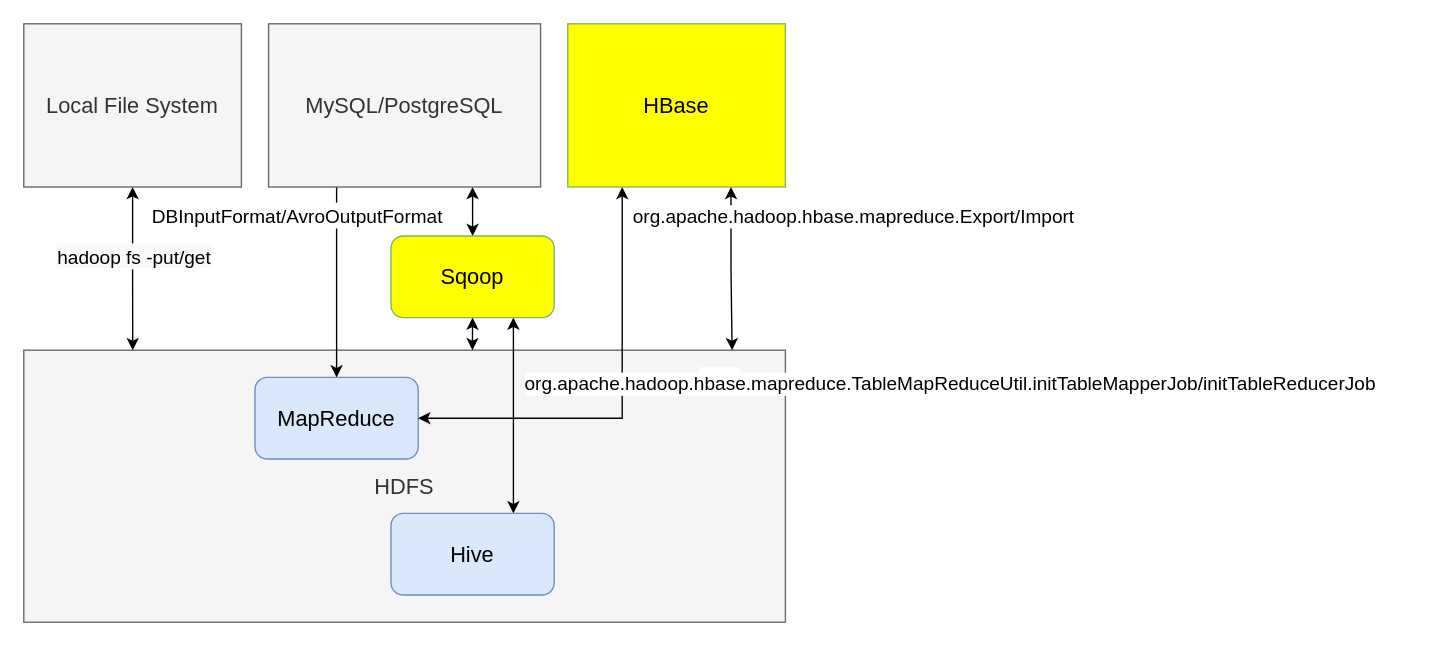
This is infrastructure-hadoop/pix/data_etl.drawio from tintinrevient/micro-service-sharing, a draw.io file, before an edit. Source tidied: cells renumbered, new cells numbered last; positions are measured from the earlier drawing's top-left corner, leaving out a move shared by most shapes. Both pictures are drawn from the tidied source at 136%, with x=0, y=0 at pixel (23, 23).
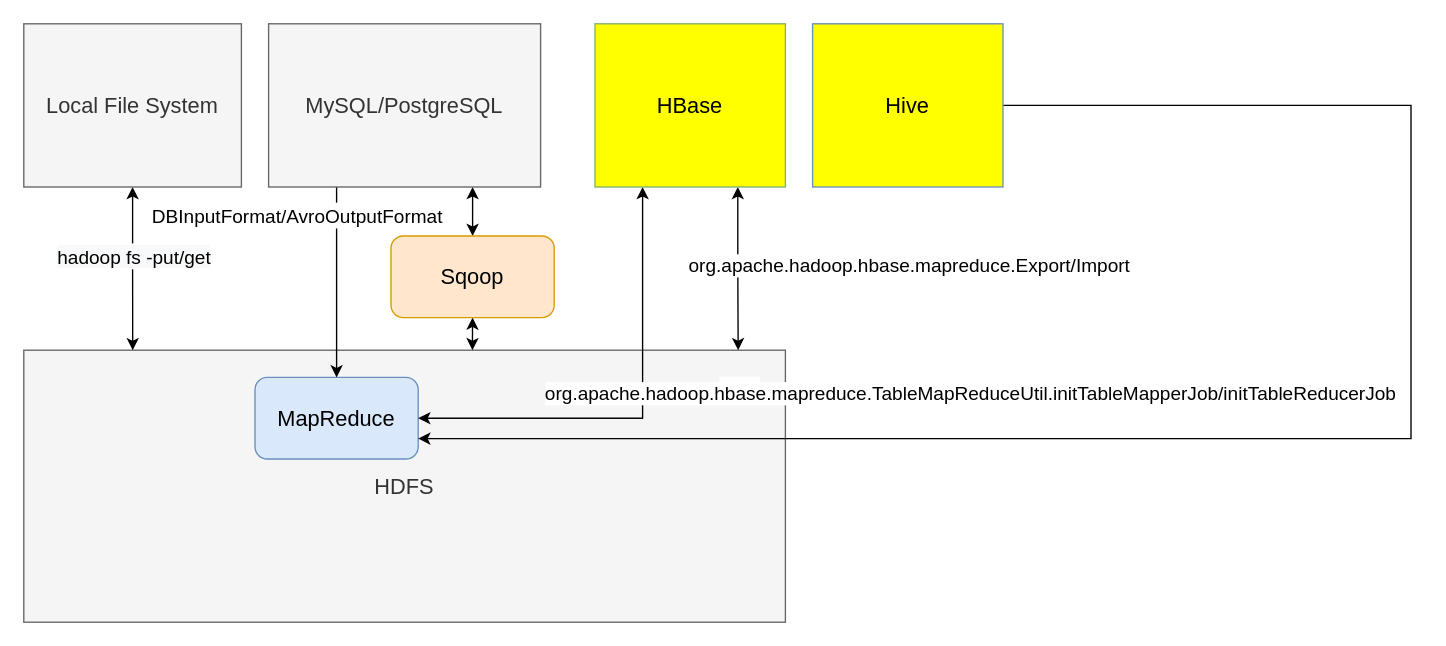
Above is the later version.

The change refers to these unchanged cells:
```xml
<mxCell id="2" value="&lt;font style=&quot;font-size: 16px&quot;&gt;HDFS&lt;/font&gt;" style="rounded=0;whiteSpace=wrap;html=1;fillColor=#f5f5f5;fontColor=#333333;strokeColor=#666666;" parent="1" vertex="1">
  <mxGeometry y="240" width="560" height="200" as="geometry" />
</mxCell>
<mxCell id="6" value="&lt;font style=&quot;font-size: 16px&quot;&gt;MapReduce&lt;/font&gt;" style="rounded=1;whiteSpace=wrap;html=1;fontSize=18;fillColor=#dae8fc;strokeColor=#6c8ebf;" parent="1" vertex="1">
  <mxGeometry x="170" y="260" width="120" height="60" as="geometry" />
</mxCell>
```

Diff of the diagram source:
```diff
@@
-    <mxCell id="11" style="edgeStyle=orthogonalEdgeStyle;rounded=0;jettySize=auto;html=1;exitX=0.75;exitY=1;exitDx=0;exitDy=0;entryX=0.93;entryY=0;entryDx=0;entryDy=0;entryPerimeter=0;fontSize=14;startArrow=classic;startFill=1;" parent="1" edge="1" source="16" target="2">
-      <mxGeometry relative="1" as="geometry" />
-    </mxCell>
-    <mxCell id="12" value="org.apache.hadoop.hbase.mapreduce.Export/Import" style="edgeLabel;html=1;align=center;verticalAlign=middle;fontSize=14;" parent="11" vertex="1">
-      <mxGeometry x="0.04" y="-1" relative="1" as="geometry">
-        <mxPoint x="90" y="-41" as="offset" />
-      </mxGeometry>
-    </mxCell>
@@
+    <mxCell id="11" style="edgeStyle=orthogonalEdgeStyle;rounded=0;jettySize=auto;html=1;exitX=0.75;exitY=1;exitDx=0;exitDy=0;entryX=0.938;entryY=0;entryDx=0;entryDy=0;entryPerimeter=0;startArrow=classic;startFill=1;" parent="1" edge="1" source="16" target="2">
+      <mxGeometry relative="1" as="geometry" />
+    </mxCell>
+    <mxCell id="12" value="&lt;span style=&quot;font-size: 14px&quot;&gt;org.apache.hadoop.hbase.mapreduce.Export/Import&lt;/span&gt;" style="edgeLabel;html=1;align=center;verticalAlign=middle;" parent="11" vertex="1">
+      <mxGeometry x="-0.05" relative="1" as="geometry">
+        <mxPoint x="125" as="offset" />
+      </mxGeometry>
+    </mxCell>
     <mxCell id="16" value="&lt;font style=&quot;font-size: 16px&quot;&gt;HBase&lt;/font&gt;" style="rounded=0;whiteSpace=wrap;html=1;fillColor=#FFFF00;strokeColor=#82b366;" parent="1" vertex="1">
-      <mxGeometry x="400" width="160" height="120" as="geometry" />
+      <mxGeometry x="420" width="140" height="120" as="geometry" />
     </mxCell>
@@
-    <mxCell id="18" style="edgeStyle=orthogonalEdgeStyle;rounded=0;jettySize=auto;html=1;exitX=0.75;exitY=1;exitDx=0;exitDy=0;entryX=0.75;entryY=0;entryDx=0;entryDy=0;fontSize=14;startArrow=classic;startFill=1;" parent="1" edge="1" source="19" target="20">
-      <mxGeometry relative="1" as="geometry" />
-    </mxCell>
-    <mxCell id="19" value="&lt;font style=&quot;font-size: 16px&quot;&gt;Sqoop&lt;br&gt;&lt;/font&gt;" style="rounded=1;whiteSpace=wrap;html=1;fontSize=18;fillColor=#FFFF00;strokeColor=#82b366;" parent="1" vertex="1">
+    <mxCell id="19" value="&lt;font style=&quot;font-size: 16px&quot;&gt;Sqoop&lt;br&gt;&lt;/font&gt;" style="rounded=1;whiteSpace=wrap;html=1;fontSize=18;fillColor=#ffe6cc;strokeColor=#d79b00;" parent="1" vertex="1">
       <mxGeometry x="270" y="156" width="120" height="60" as="geometry" />
     </mxCell>
+    <mxCell id="21" style="edgeStyle=orthogonalEdgeStyle;rounded=0;jettySize=auto;html=1;entryX=1;entryY=0.75;entryDx=0;entryDy=0;" parent="1" edge="1" source="20" target="6">
+      <mxGeometry relative="1" as="geometry">
+        <Array as="points">
+          <mxPoint x="1020" y="60" />
+          <mxPoint x="1020" y="305" />
+        </Array>
+      </mxGeometry>
+    </mxCell>
-    <mxCell id="20" value="&lt;font style=&quot;font-size: 16px&quot;&gt;Hive&lt;br&gt;&lt;/font&gt;" style="rounded=1;whiteSpace=wrap;html=1;fontSize=18;fillColor=#dae8fc;strokeColor=#6c8ebf;" parent="1" vertex="1">
-      <mxGeometry x="270" y="360" width="120" height="60" as="geometry" />
+    <mxCell id="20" value="&lt;font style=&quot;font-size: 16px&quot;&gt;Hive&lt;br&gt;&lt;/font&gt;" style="rounded=0;whiteSpace=wrap;html=1;fontSize=18;fillColor=#FFFF00;strokeColor=#6c8ebf;" parent="1" vertex="1">
+      <mxGeometry x="580" width="140" height="120" as="geometry" />
     </mxCell>
```
